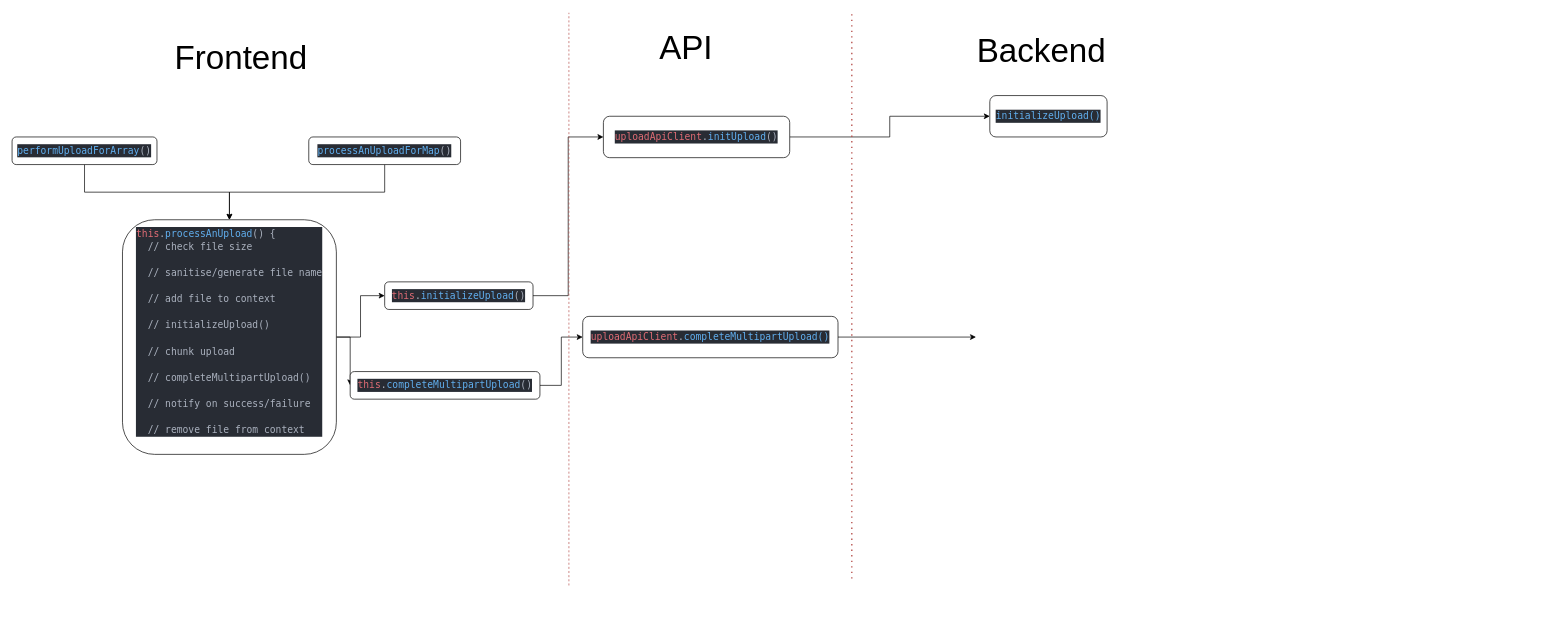
This is Untitled Diagram.drawio from jwhitham-ds/draw.io, a draw.io file, before an edit. Source tidied: cells renumbered, new cells numbered last; positions are measured from the earlier drawing's top-left corner, leaving out a move shared by most shapes. Both pictures are drawn from the tidied source at 69%, with x=0, y=0 at pixel (12, 12).
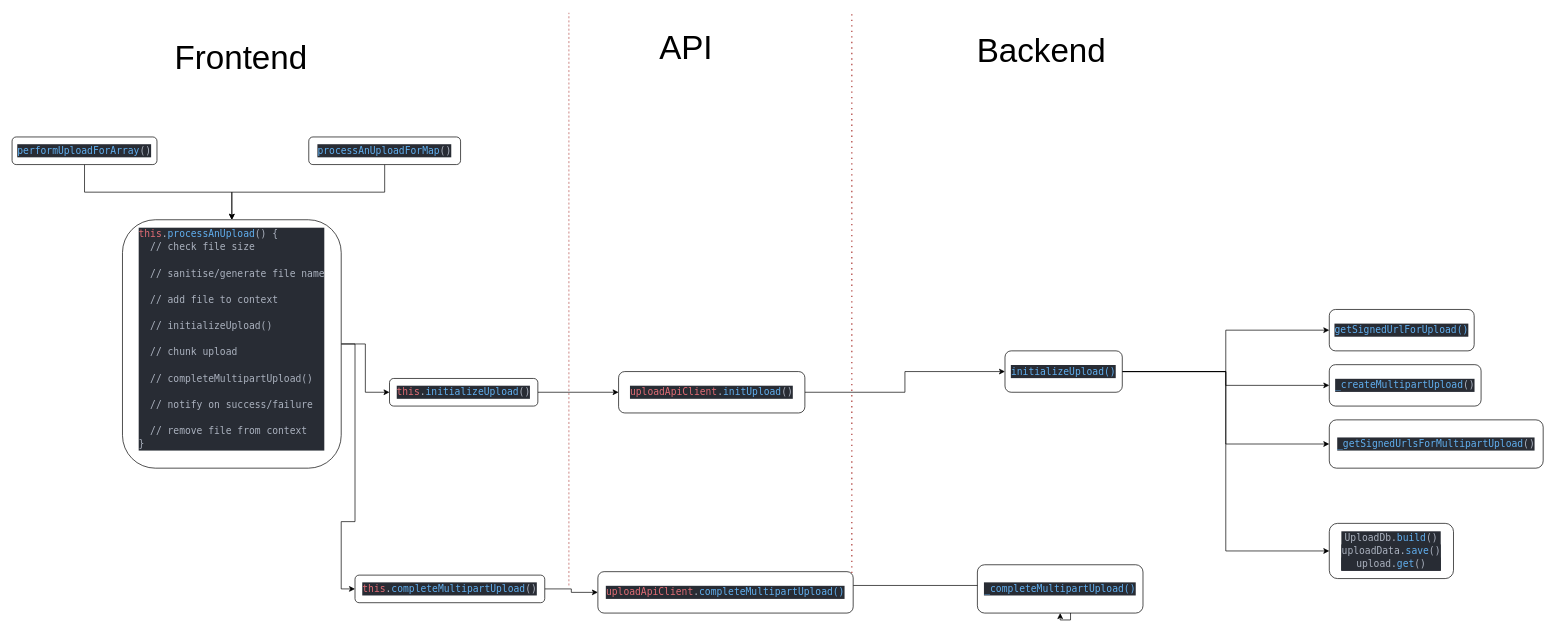
Above is the later version.

What changed in the source:
```diff
@@
-    <mxCell id="8" value="&lt;div style=&quot;color: rgb(171, 178, 191); background-color: rgb(40, 44, 52); font-family: &amp;quot;Droid Sans Mono&amp;quot;, &amp;quot;monospace&amp;quot;, monospace; font-weight: normal; font-size: 14px; line-height: 19px; --darkreader-inline-color: #aea9a2; --darkreader-inline-bgcolor: #33353b;&quot; align=&quot;left&quot;&gt;&lt;div&gt;&lt;span style=&quot;color: rgb(224, 108, 117); --darkreader-inline-color: #cd7279;&quot;&gt;this&lt;/span&gt;&lt;span style=&quot;color: rgb(171, 178, 191); --darkreader-inline-color: #aea9a2;&quot;&gt;.&lt;/span&gt;&lt;span style=&quot;color: rgb(97, 175, 239); --darkreader-inline-color: #68a9d9;&quot;&gt;processAnUpload&lt;/span&gt;&lt;span style=&quot;color: rgb(171, 178, 191); --darkreader-inline-color: #aea9a2;&quot;&gt;()&lt;/span&gt; {&lt;/div&gt;&lt;div&gt;&amp;nbsp; // check file size&lt;/div&gt;&lt;div&gt;&lt;br&gt;&lt;/div&gt;&lt;div&gt;&amp;nbsp; // sanitise/generate file name&lt;/div&gt;&lt;div&gt;&lt;br&gt;&lt;/div&gt;&lt;div&gt;&amp;nbsp; // add file to context&lt;br&gt;&lt;/div&gt;&lt;div&gt;&lt;br&gt;&lt;/div&gt;&lt;div&gt;&amp;nbsp; // initializeUpload()&lt;/div&gt;&lt;div&gt;&lt;br&gt;&lt;/div&gt;&lt;div&gt;&amp;nbsp; // chunk upload&lt;/div&gt;&lt;div&gt;&lt;br&gt;&lt;/div&gt;&lt;div&gt;&amp;nbsp; // completeMultipartUpload()&lt;/div&gt;&lt;div&gt;&amp;nbsp; &lt;br&gt;&lt;/div&gt;&lt;div&gt;&amp;nbsp; // notify on success/failure&lt;/div&gt;&lt;div&gt;&lt;br&gt;&lt;/div&gt;&lt;div&gt;&amp;nbsp; // remove file from context&lt;br&gt;&lt;/div&gt;&lt;/div&gt;&lt;div&gt;&lt;br&gt;&lt;/div&gt;" style="whiteSpace=wrap;html=1;rounded=1;" parent="1" vertex="1">
-      <mxGeometry x="160" y="300" width="310" height="340" as="geometry" />
+    <mxCell id="8" value="&lt;div style=&quot;color: rgb(171, 178, 191); background-color: rgb(40, 44, 52); font-family: &amp;quot;Droid Sans Mono&amp;quot;, &amp;quot;monospace&amp;quot;, monospace; font-weight: normal; font-size: 14px; line-height: 19px; --darkreader-inline-color: #aea9a2; --darkreader-inline-bgcolor: #33353b;&quot; align=&quot;left&quot;&gt;&lt;div&gt;&lt;span style=&quot;color: rgb(224, 108, 117); --darkreader-inline-color: #cd7279;&quot;&gt;this&lt;/span&gt;&lt;span style=&quot;color: rgb(171, 178, 191); --darkreader-inline-color: #aea9a2;&quot;&gt;.&lt;/span&gt;&lt;span style=&quot;color: rgb(97, 175, 239); --darkreader-inline-color: #68a9d9;&quot;&gt;processAnUpload&lt;/span&gt;&lt;span style=&quot;color: rgb(171, 178, 191); --darkreader-inline-color: #aea9a2;&quot;&gt;()&lt;/span&gt; {&lt;/div&gt;&lt;div&gt;&amp;nbsp; // check file size&lt;/div&gt;&lt;div&gt;&lt;br&gt;&lt;/div&gt;&lt;div&gt;&amp;nbsp; // sanitise/generate file name&lt;/div&gt;&lt;div&gt;&lt;br&gt;&lt;/div&gt;&lt;div&gt;&amp;nbsp; // add file to context&lt;br&gt;&lt;/div&gt;&lt;div&gt;&lt;br&gt;&lt;/div&gt;&lt;div&gt;&amp;nbsp; // initializeUpload()&lt;/div&gt;&lt;div&gt;&lt;br&gt;&lt;/div&gt;&lt;div&gt;&amp;nbsp; // chunk upload&lt;/div&gt;&lt;div&gt;&lt;br&gt;&lt;/div&gt;&lt;div&gt;&amp;nbsp; // completeMultipartUpload()&lt;/div&gt;&lt;div&gt;&amp;nbsp; &lt;br&gt;&lt;/div&gt;&lt;div&gt;&amp;nbsp; // notify on success/failure&lt;/div&gt;&lt;div&gt;&lt;br&gt;&lt;/div&gt;&lt;div&gt;&amp;nbsp; // remove file from context&lt;/div&gt;&lt;div&gt;}&lt;br&gt;&lt;/div&gt;&lt;/div&gt;&lt;div&gt;&lt;br&gt;&lt;/div&gt;" style="whiteSpace=wrap;html=1;rounded=1;" parent="1" vertex="1">
+      <mxGeometry x="160" y="300" width="317" height="360" as="geometry" />
     </mxCell>
-    <mxCell id="9" style="edgeStyle=orthogonalEdgeStyle;rounded=0;jettySize=auto;html=1;entryX=0;entryY=0.5;entryDx=0;entryDy=0;fontSize=48;" parent="1" edge="1" source="10" target="15">
+    <mxCell id="9" style="edgeStyle=orthogonalEdgeStyle;rounded=0;jettySize=auto;html=1;entryX=0;entryY=0.5;entryDx=0;entryDy=0;fontSize=48;exitX=1;exitY=0.5;exitDx=0;exitDy=0;" parent="1" edge="1" source="10" target="15">
       <mxGeometry relative="1" as="geometry" />
     </mxCell>
     <mxCell id="10" value="&lt;div style=&quot;color: rgb(171, 178, 191); background-color: rgb(40, 44, 52); font-family: &amp;quot;Droid Sans Mono&amp;quot;, &amp;quot;monospace&amp;quot;, monospace; font-weight: normal; font-size: 14px; line-height: 19px; --darkreader-inline-color: #aea9a2; --darkreader-inline-bgcolor: #33353b;&quot;&gt;&lt;div&gt;&lt;span style=&quot;color: rgb(224, 108, 117); --darkreader-inline-color: #cd7279;&quot;&gt;this&lt;/span&gt;&lt;span style=&quot;color: rgb(171, 178, 191); --darkreader-inline-color: #aea9a2;&quot;&gt;.&lt;/span&gt;&lt;span style=&quot;color: rgb(97, 175, 239); --darkreader-inline-color: #68a9d9;&quot;&gt;initializeUpload&lt;/span&gt;&lt;span style=&quot;color: rgb(171, 178, 191); --darkreader-inline-color: #aea9a2;&quot;&gt;()&lt;/span&gt;&lt;/div&gt;&lt;/div&gt;" style="rounded=1;whiteSpace=wrap;html=1;" parent="1" vertex="1">
-      <mxGeometry x="540" y="390" width="215" height="40" as="geometry" />
+      <mxGeometry x="547" y="530" width="215" height="40" as="geometry" />
     </mxCell>
@@
     <mxCell id="12" value="&lt;div style=&quot;color: rgb(171, 178, 191); background-color: rgb(40, 44, 52); font-family: &amp;quot;Droid Sans Mono&amp;quot;, &amp;quot;monospace&amp;quot;, monospace; font-weight: normal; font-size: 14px; line-height: 19px; --darkreader-inline-color: #aea9a2; --darkreader-inline-bgcolor: #33353b;&quot;&gt;&lt;div&gt;&lt;span style=&quot;color: rgb(224, 108, 117); --darkreader-inline-color: #cd7279;&quot;&gt;this&lt;/span&gt;&lt;span style=&quot;color: rgb(171, 178, 191); --darkreader-inline-color: #aea9a2;&quot;&gt;.&lt;/span&gt;&lt;span style=&quot;color: rgb(97, 175, 239); --darkreader-inline-color: #68a9d9;&quot;&gt;completeMultipartUpload&lt;/span&gt;&lt;span style=&quot;color: rgb(171, 178, 191); --darkreader-inline-color: #aea9a2;&quot;&gt;()&lt;/span&gt;&lt;/div&gt;&lt;/div&gt;" style="rounded=1;whiteSpace=wrap;html=1;" parent="1" vertex="1">
-      <mxGeometry x="490" y="520" width="275" height="40" as="geometry" />
+      <mxGeometry x="497" y="815" width="275" height="40" as="geometry" />
     </mxCell>
@@
     <mxCell id="15" value="&lt;div style=&quot;color: rgb(171, 178, 191); background-color: rgb(40, 44, 52); font-family: &amp;quot;Droid Sans Mono&amp;quot;, &amp;quot;monospace&amp;quot;, monospace; font-weight: normal; font-size: 14px; line-height: 19px; --darkreader-inline-color: #aea9a2; --darkreader-inline-bgcolor: #33353b;&quot;&gt;&lt;div&gt;&lt;span style=&quot;color: rgb(224, 108, 117); --darkreader-inline-color: #cd7279;&quot;&gt;uploadApiClient&lt;/span&gt;&lt;span style=&quot;color: rgb(171, 178, 191); --darkreader-inline-color: #aea9a2;&quot;&gt;.&lt;/span&gt;&lt;span style=&quot;color: rgb(97, 175, 239); --darkreader-inline-color: #68a9d9;&quot;&gt;initUpload&lt;/span&gt;&lt;span style=&quot;color: rgb(171, 178, 191); --darkreader-inline-color: #aea9a2;&quot;&gt;(&lt;/span&gt;)&lt;/div&gt;&lt;/div&gt;" style="rounded=1;whiteSpace=wrap;html=1;" parent="1" vertex="1">
-      <mxGeometry x="857" y="150" width="270" height="60" as="geometry" />
+      <mxGeometry x="879" y="520" width="270" height="60" as="geometry" />
     </mxCell>
@@
+    <mxCell id="23" style="edgeStyle=orthogonalEdgeStyle;rounded=0;jettySize=auto;html=1;entryX=0;entryY=0.5;entryDx=0;entryDy=0;fontSize=48;" parent="1" edge="1" source="17" target="28">
+      <mxGeometry relative="1" as="geometry" />
+    </mxCell>
+    <mxCell id="24" style="edgeStyle=orthogonalEdgeStyle;rounded=0;jettySize=auto;html=1;entryX=0;entryY=0.5;entryDx=0;entryDy=0;fontSize=48;" parent="1" edge="1" source="17" target="30">
+      <mxGeometry relative="1" as="geometry" />
+    </mxCell>
+    <mxCell id="25" style="edgeStyle=orthogonalEdgeStyle;rounded=0;jettySize=auto;html=1;entryX=0;entryY=0.5;entryDx=0;entryDy=0;fontSize=48;" parent="1" edge="1" source="17" target="31">
+      <mxGeometry relative="1" as="geometry" />
+    </mxCell>
+    <mxCell id="26" style="edgeStyle=orthogonalEdgeStyle;rounded=0;jettySize=auto;html=1;entryX=0;entryY=0.5;entryDx=0;entryDy=0;fontSize=48;" parent="1" edge="1" source="17" target="29">
+      <mxGeometry relative="1" as="geometry" />
+    </mxCell>
     <mxCell id="17" value="&lt;div style=&quot;color: rgb(171, 178, 191); background-color: rgb(40, 44, 52); font-family: &amp;quot;Droid Sans Mono&amp;quot;, &amp;quot;monospace&amp;quot;, monospace; font-weight: normal; font-size: 14px; line-height: 19px; --darkreader-inline-color: #aea9a2; --darkreader-inline-bgcolor: #33353b;&quot;&gt;&lt;div&gt;&lt;span style=&quot;color: rgb(97, 175, 239); --darkreader-inline-color: #68a9d9;&quot;&gt;initializeUpload()&lt;/span&gt;&lt;/div&gt;&lt;/div&gt;" style="rounded=1;whiteSpace=wrap;html=1;fontSize=12;" parent="1" vertex="1">
-      <mxGeometry x="1417" y="120" width="170" height="60" as="geometry" />
+      <mxGeometry x="1439" y="490" width="170" height="60" as="geometry" />
     </mxCell>
@@
-    <mxCell id="21" style="edgeStyle=orthogonalEdgeStyle;rounded=0;jettySize=auto;html=1;fontSize=48;" parent="1" edge="1" source="22">
-      <mxGeometry relative="1" as="geometry">
-        <mxPoint x="1397" y="470" as="targetPoint" />
-      </mxGeometry>
-    </mxCell>
+    <mxCell id="27" style="edgeStyle=orthogonalEdgeStyle;rounded=0;jettySize=auto;html=1;fontSize=48;" parent="1" edge="1" source="22" target="32">
+      <mxGeometry relative="1" as="geometry">
+        <Array as="points">
+          <mxPoint x="1534" y="830" />
+          <mxPoint x="1534" y="880" />
+        </Array>
+      </mxGeometry>
+    </mxCell>
     <mxCell id="22" value="&lt;div style=&quot;color: rgb(171, 178, 191); background-color: rgb(40, 44, 52); font-family: &amp;quot;Droid Sans Mono&amp;quot;, &amp;quot;monospace&amp;quot;, monospace; font-weight: normal; font-size: 14px; line-height: 19px; --darkreader-inline-color: #aea9a2; --darkreader-inline-bgcolor: #33353b;&quot;&gt;&lt;div&gt;&lt;span style=&quot;color: rgb(224, 108, 117); --darkreader-inline-color: #cd7279;&quot;&gt;uploadApiClient&lt;/span&gt;&lt;span style=&quot;color: rgb(171, 178, 191); --darkreader-inline-color: #aea9a2;&quot;&gt;.&lt;/span&gt;&lt;span style=&quot;color: rgb(97, 175, 239); --darkreader-inline-color: #68a9d9;&quot;&gt;completeMultipartUpload()&lt;/span&gt;&lt;/div&gt;&lt;/div&gt;" style="rounded=1;whiteSpace=wrap;html=1;fontSize=48;" parent="1" vertex="1">
-      <mxGeometry x="827" y="440" width="370" height="60" as="geometry" />
+      <mxGeometry x="849" y="810" width="370" height="60" as="geometry" />
     </mxCell>
+    <mxCell id="28" value="&lt;div style=&quot;color: rgb(171, 178, 191); background-color: rgb(40, 44, 52); font-family: &amp;quot;Droid Sans Mono&amp;quot;, &amp;quot;monospace&amp;quot;, monospace; font-weight: normal; font-size: 14px; line-height: 19px; --darkreader-inline-color: #aea9a2; --darkreader-inline-bgcolor: #33353b;&quot;&gt;&lt;div&gt;&lt;span style=&quot;color: rgb(97, 175, 239); --darkreader-inline-color: #68a9d9;&quot;&gt;_createMultipartUpload&lt;/span&gt;()&lt;/div&gt;&lt;/div&gt;" style="rounded=1;whiteSpace=wrap;html=1;" parent="1" vertex="1">
+      <mxGeometry x="1909" y="510" width="220" height="60" as="geometry" />
+    </mxCell>
+    <mxCell id="29" value="&lt;div style=&quot;color: rgb(171, 178, 191); background-color: rgb(40, 44, 52); font-family: &amp;quot;Droid Sans Mono&amp;quot;, &amp;quot;monospace&amp;quot;, monospace; font-weight: normal; font-size: 14px; line-height: 19px; --darkreader-inline-color: #aea9a2; --darkreader-inline-bgcolor: #33353b;&quot;&gt;&lt;div&gt;&lt;span style=&quot;color: rgb(97, 175, 239); --darkreader-inline-color: #68a9d9;&quot;&gt;_getSignedUrlsForMultipartUpload&lt;/span&gt;&lt;span style=&quot;color: rgb(171, 178, 191); --darkreader-inline-color: #aea9a2;&quot;&gt;()&lt;/span&gt;&lt;/div&gt;&lt;/div&gt;" style="whiteSpace=wrap;html=1;rounded=1;" parent="1" vertex="1">
+      <mxGeometry x="1909" y="590" width="310" height="70" as="geometry" />
+    </mxCell>
+    <mxCell id="30" value="&lt;div style=&quot;color: rgb(171, 178, 191); background-color: rgb(40, 44, 52); font-family: &amp;quot;Droid Sans Mono&amp;quot;, &amp;quot;monospace&amp;quot;, monospace; font-weight: normal; font-size: 14px; line-height: 19px; --darkreader-inline-color: #aea9a2; --darkreader-inline-bgcolor: #33353b;&quot;&gt;&lt;div&gt;&lt;span style=&quot;color: rgb(97, 175, 239); --darkreader-inline-color: #68a9d9;&quot;&gt;getSignedUrlForUpload()&lt;/span&gt;&lt;/div&gt;&lt;/div&gt;" style="whiteSpace=wrap;html=1;rounded=1;" parent="1" vertex="1">
+      <mxGeometry x="1909" y="430" width="210" height="60" as="geometry" />
+    </mxCell>
+    <mxCell id="31" value="&lt;div style=&quot;color: rgb(171, 178, 191); background-color: rgb(40, 44, 52); font-family: &amp;quot;Droid Sans Mono&amp;quot;, &amp;quot;monospace&amp;quot;, monospace; font-weight: normal; font-size: 14px; line-height: 19px; --darkreader-inline-color: #aea9a2; --darkreader-inline-bgcolor: #33353b;&quot;&gt;&lt;div&gt;&lt;span style=&quot;color: rgb(171, 178, 191); --darkreader-inline-color: #aea9a2;&quot;&gt;UploadDb.&lt;/span&gt;&lt;span style=&quot;color: rgb(97, 175, 239); --darkreader-inline-color: #68a9d9;&quot;&gt;build&lt;/span&gt;&lt;span style=&quot;color: rgb(171, 178, 191); --darkreader-inline-color: #aea9a2;&quot;&gt;()&lt;/span&gt;&lt;/div&gt;&lt;div&gt;&lt;div style=&quot;color: rgb(171, 178, 191); background-color: rgb(40, 44, 52); font-family: &amp;quot;Droid Sans Mono&amp;quot;, &amp;quot;monospace&amp;quot;, monospace; font-weight: normal; font-size: 14px; line-height: 19px; --darkreader-inline-color: #aea9a2; --darkreader-inline-bgcolor: #33353b;&quot;&gt;&lt;div&gt;&lt;span style=&quot;color: rgb(171, 178, 191); --darkreader-inline-color: #aea9a2;&quot;&gt;uploadData.&lt;/span&gt;&lt;span style=&quot;color: rgb(97, 175, 239); --darkreader-inline-color: #68a9d9;&quot;&gt;save&lt;/span&gt;&lt;span style=&quot;color: rgb(171, 178, 191); --darkreader-inline-color: #aea9a2;&quot;&gt;()&lt;/span&gt;&lt;/div&gt;&lt;div&gt;&lt;div style=&quot;color: rgb(171, 178, 191); background-color: rgb(40, 44, 52); font-family: &amp;quot;Droid Sans Mono&amp;quot;, &amp;quot;monospace&amp;quot;, monospace; font-weight: normal; font-size: 14px; line-height: 19px; --darkreader-inline-color: #aea9a2; --darkreader-inline-bgcolor: #33353b;&quot;&gt;&lt;div&gt;&lt;span style=&quot;color: rgb(171, 178, 191); --darkreader-inline-color: #aea9a2;&quot;&gt;upload.&lt;/span&gt;&lt;span style=&quot;color: rgb(97, 175, 239); --darkreader-inline-color: #68a9d9;&quot;&gt;get&lt;/span&gt;&lt;span style=&quot;color: rgb(171, 178, 191); --darkreader-inline-color: #aea9a2;&quot;&gt;()&lt;/span&gt;&lt;/div&gt;&lt;/div&gt;&lt;/div&gt;&lt;/div&gt;&lt;/div&gt;&lt;/div&gt;" style="whiteSpace=wrap;html=1;rounded=1;" parent="1" vertex="1">
+      <mxGeometry x="1909" y="740" width="180" height="80" as="geometry" />
+    </mxCell>
+    <mxCell id="32" value="&lt;div style=&quot;color: rgb(171, 178, 191); background-color: rgb(40, 44, 52); font-family: &amp;quot;Droid Sans Mono&amp;quot;, &amp;quot;monospace&amp;quot;, monospace; font-weight: normal; font-size: 14px; line-height: 19px; --darkreader-inline-color: #aea9a2; --darkreader-inline-bgcolor: #33353b;&quot;&gt;&lt;div&gt;&lt;span style=&quot;color: rgb(97, 175, 239); --darkreader-inline-color: #68a9d9;&quot;&gt;_completeMultipartUpload()&lt;/span&gt;&lt;/div&gt;&lt;/div&gt;" style="whiteSpace=wrap;html=1;fontSize=48;rounded=1;" parent="1" vertex="1">
+      <mxGeometry x="1399" y="800" width="240" height="70" as="geometry" />
+    </mxCell>
```
